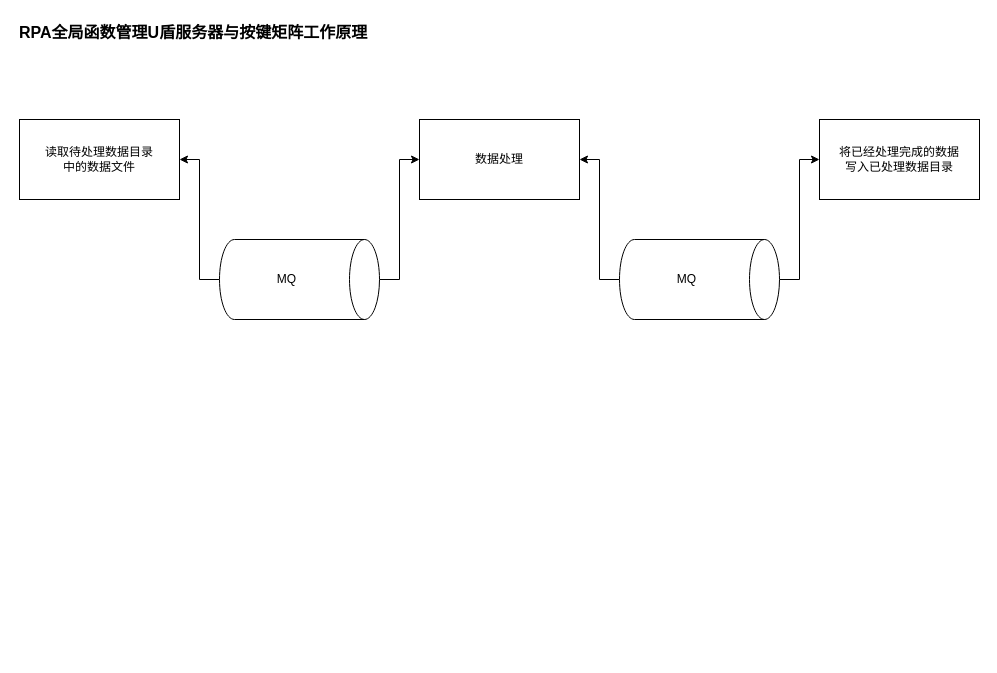
This is page "0001" (1 of 2) of src/main/work/cdjh/20231017085519.drawio from ab-doc/draw.io, a draw.io file, before an edit. Source tidied: cells renumbered, new cells numbered last; positions are measured from the earlier drawing's top-left corner, leaving out a move shared by most shapes. Both pictures are drawn from the tidied source at 100%, with x=0, y=0 at pixel (17, 17).
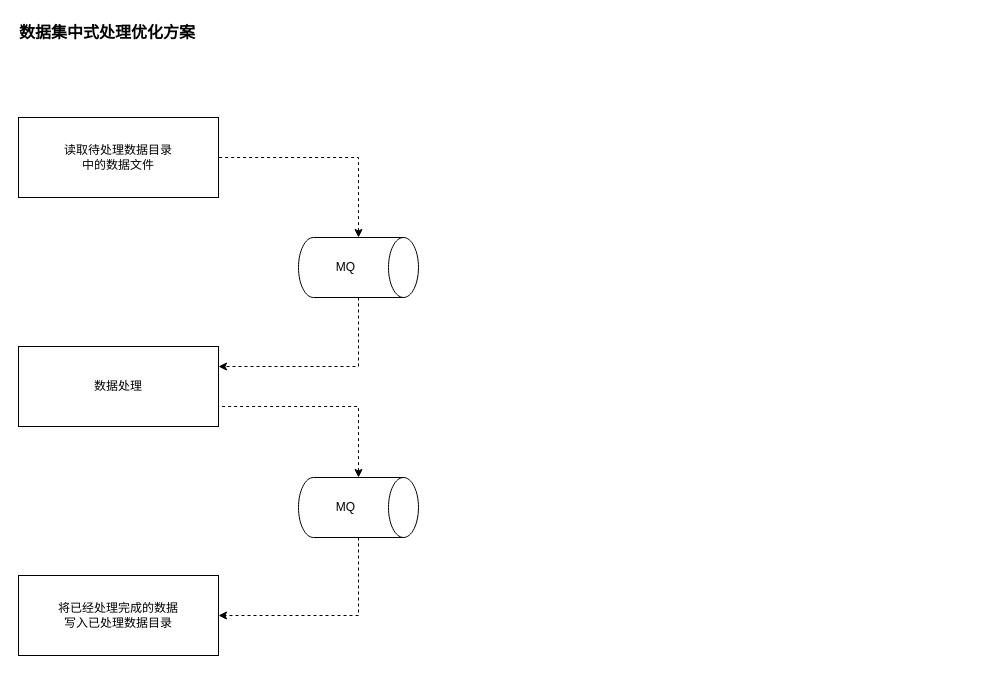
The same diagram, later.

What changed in the source:
```diff
@@
 <mxGraphModel>
   <root>
     <mxCell id="0" />
     <mxCell id="1" parent="0" />
-    <mxCell id="2" value="&lt;b style=&quot;font-size: 16px;&quot;&gt;RPA全局函数管理U盾服务器与按键矩阵工作原理&lt;/b&gt;" style="text;html=1;align=left;verticalAlign=middle;strokeColor=none;fillColor=none;fontSize=16;rounded=0;labelBackgroundColor=none;" parent="1" vertex="1">
-      <mxGeometry width="370" height="30" as="geometry" />
+    <mxCell id="2" value="&lt;b style=&quot;font-size: 16px;&quot;&gt;数据集中式处理优化方案&lt;/b&gt;" style="text;html=1;align=left;verticalAlign=middle;strokeColor=none;fillColor=none;fontSize=16;rounded=0;labelBackgroundColor=none;" parent="1" vertex="1">
+      <mxGeometry width="200" height="30" as="geometry" />
     </mxCell>
-    <mxCell id="3" style="edgeStyle=orthogonalEdgeStyle;rounded=0;jettySize=auto;html=1;entryX=1;entryY=0.5;entryDx=0;entryDy=0;" parent="1" edge="1" source="5" target="10">
+    <mxCell id="3" style="edgeStyle=orthogonalEdgeStyle;rounded=0;jettySize=auto;html=1;entryX=1;entryY=0.5;entryDx=0;entryDy=0;exitX=0;exitY=0.5;exitDx=0;exitDy=0;exitPerimeter=0;startArrow=classic;startFill=1;endArrow=none;endFill=0;dashed=1;" parent="1" edge="1" source="5" target="10">
       <mxGeometry relative="1" as="geometry" />
     </mxCell>
-    <mxCell id="4" style="edgeStyle=orthogonalEdgeStyle;rounded=0;jettySize=auto;html=1;entryX=0;entryY=0.5;entryDx=0;entryDy=0;" parent="1" edge="1" source="5" target="11">
+    <mxCell id="4" style="edgeStyle=orthogonalEdgeStyle;rounded=0;jettySize=auto;html=1;entryX=1;entryY=0.25;entryDx=0;entryDy=0;exitX=1;exitY=0.5;exitDx=0;exitDy=0;exitPerimeter=0;dashed=1;" parent="1" edge="1" source="5" target="11">
       <mxGeometry relative="1" as="geometry" />
     </mxCell>
     <mxCell id="5" value="MQ" style="shape=cylinder3;whiteSpace=wrap;html=1;boundedLbl=1;backgroundOutline=1;size=15;direction=south;" parent="1" vertex="1">
-      <mxGeometry x="202" y="222" width="160" height="80" as="geometry" />
+      <mxGeometry x="281" y="220" width="120" height="60" as="geometry" />
     </mxCell>
-    <mxCell id="6" style="edgeStyle=orthogonalEdgeStyle;rounded=0;jettySize=auto;html=1;entryX=1;entryY=0.5;entryDx=0;entryDy=0;" parent="1" edge="1" source="8" target="11">
+    <mxCell id="6" style="edgeStyle=orthogonalEdgeStyle;rounded=0;jettySize=auto;html=1;entryX=1;entryY=0.75;entryDx=0;entryDy=0;exitX=0;exitY=0.5;exitDx=0;exitDy=0;exitPerimeter=0;startArrow=classic;startFill=1;endArrow=none;endFill=0;dashed=1;" parent="1" edge="1" source="8" target="11">
       <mxGeometry relative="1" as="geometry" />
     </mxCell>
-    <mxCell id="7" style="edgeStyle=orthogonalEdgeStyle;rounded=0;jettySize=auto;html=1;entryX=0;entryY=0.5;entryDx=0;entryDy=0;" parent="1" edge="1" source="8" target="9">
+    <mxCell id="7" style="edgeStyle=orthogonalEdgeStyle;rounded=0;jettySize=auto;html=1;entryX=1;entryY=0.5;entryDx=0;entryDy=0;exitX=1;exitY=0.5;exitDx=0;exitDy=0;exitPerimeter=0;dashed=1;" parent="1" edge="1" source="8" target="9">
       <mxGeometry relative="1" as="geometry" />
     </mxCell>
     <mxCell id="8" value="MQ" style="shape=cylinder3;whiteSpace=wrap;html=1;boundedLbl=1;backgroundOutline=1;size=15;direction=south;" parent="1" vertex="1">
-      <mxGeometry x="602" y="222" width="160" height="80" as="geometry" />
+      <mxGeometry x="281" y="460" width="120" height="60" as="geometry" />
     </mxCell>
     <mxCell id="9" value="将已经处理完成的数据&lt;br&gt;写入已处理数据目录" style="rounded=0;whiteSpace=wrap;html=1;" parent="1" vertex="1">
-      <mxGeometry x="802" y="102" width="160" height="80" as="geometry" />
+      <mxGeometry x="1" y="558" width="200" height="80" as="geometry" />
     </mxCell>
     <mxCell id="10" value="读取待处理数据目录&lt;br style=&quot;border-color: var(--border-color);&quot;&gt;中的数据文件" style="whiteSpace=wrap;html=1;" parent="1" vertex="1">
-      <mxGeometry x="2" y="102" width="160" height="80" as="geometry" />
+      <mxGeometry x="1" y="100" width="200" height="80" as="geometry" />
     </mxCell>
     <mxCell id="11" value="数据处理" style="whiteSpace=wrap;html=1;" parent="1" vertex="1">
-      <mxGeometry x="402" y="102" width="160" height="80" as="geometry" />
+      <mxGeometry x="1" y="329" width="200" height="80" as="geometry" />
     </mxCell>
   </root>
 </mxGraphModel>
```
